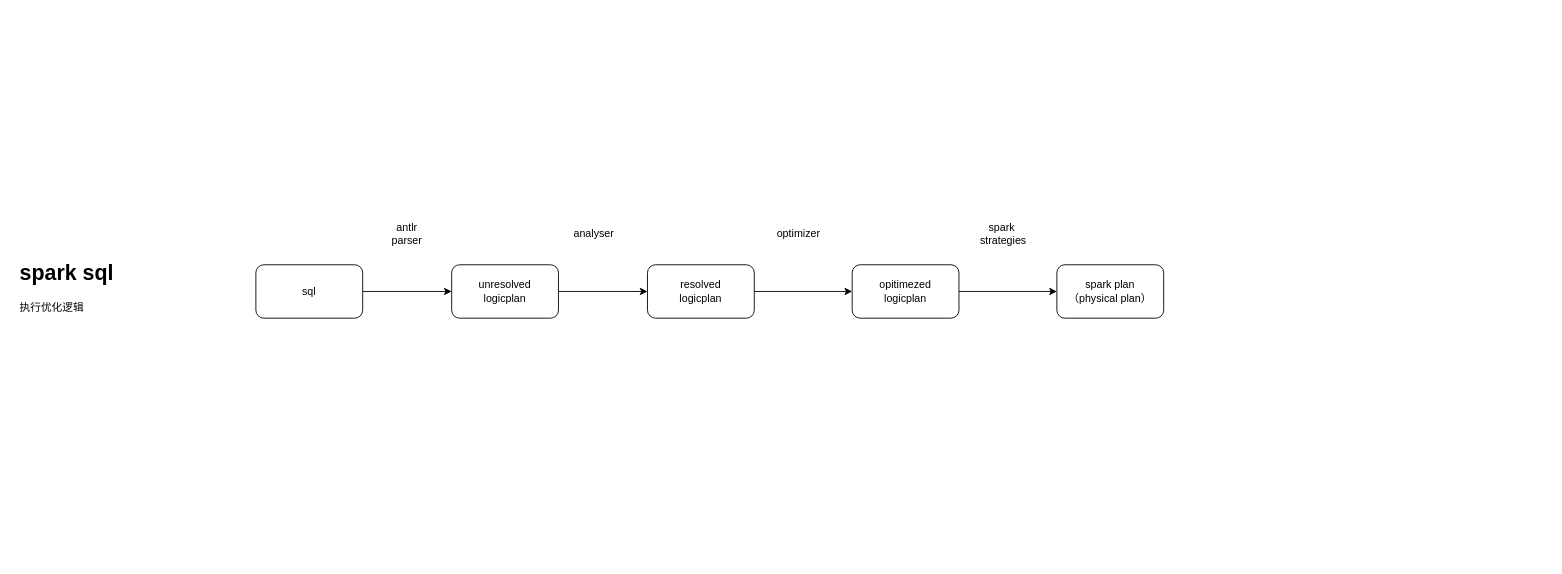
yuhuali1989/ui keeps this draw.io diagram as gluten架构图.drawio. Above is the earlier version. Source tidied: cells renumbered, new cells numbered last; positions are measured from the earlier drawing's top-left corner, leaving out a move shared by most shapes. Both pictures are drawn from the tidied source at 89%, with x=0, y=0 at pixel (15, 220).
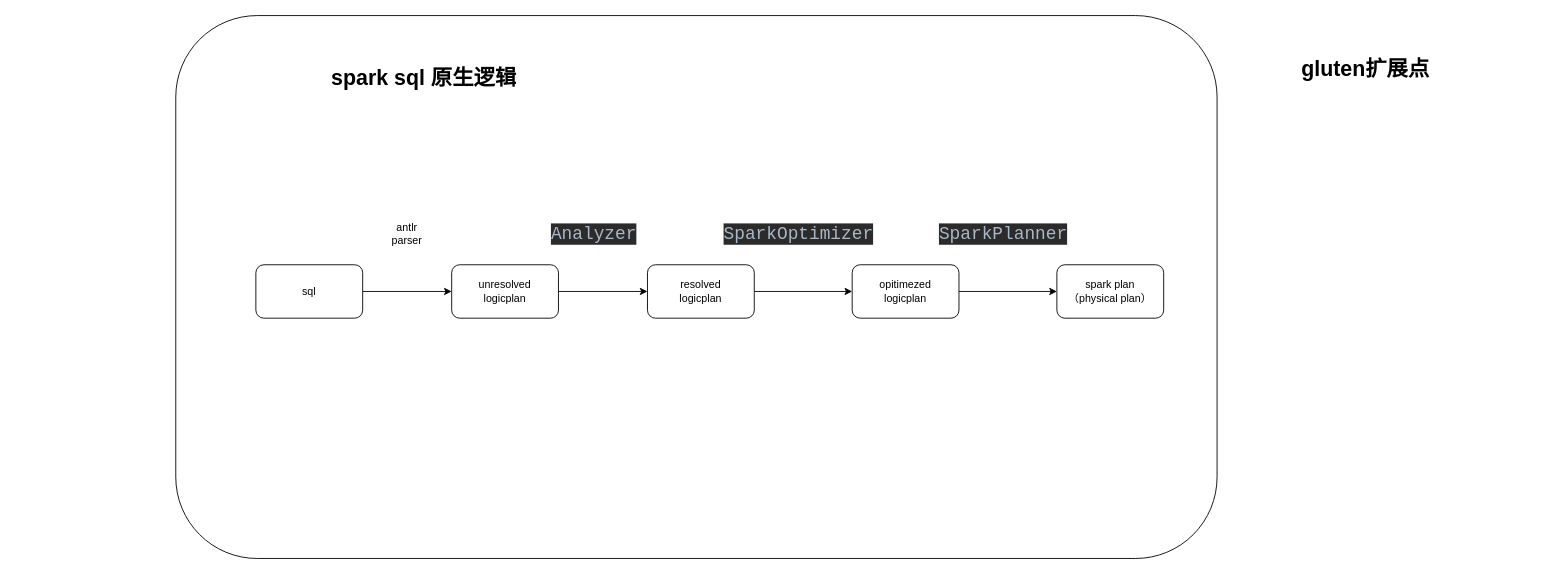
The same page after the edit.

The edit, as a diff of the source:
```diff
@@
 <mxGraphModel>
   <root>
     <mxCell id="0" />
     <mxCell id="1" parent="0" />
+    <mxCell id="16" style="rounded=1;whiteSpace=wrap;html=1;" parent="1" vertex="1">
+      <mxGeometry x="180" y="-230" width="1170" height="610" as="geometry" />
+    </mxCell>
     <mxCell id="2" style="edgeStyle=orthogonalEdgeStyle;rounded=0;jettySize=auto;html=1;entryX=0;entryY=0.5;entryDx=0;entryDy=0;" parent="1" edge="1" source="3" target="6">
       <mxGeometry relative="1" as="geometry" />
     </mxCell>
     <mxCell id="3" value="sql" style="rounded=1;whiteSpace=wrap;html=1;" parent="1" vertex="1">
       <mxGeometry x="270" y="50" width="120" height="60" as="geometry" />
     </mxCell>
-    <mxCell id="4" value="&lt;h1&gt;spark sql&lt;/h1&gt;&lt;p&gt;执行优化逻辑&lt;/p&gt;" style="text;html=1;strokeColor=none;fillColor=none;spacing=5;spacingTop=-20;whiteSpace=wrap;overflow=hidden;rounded=0;" parent="1" vertex="1">
-      <mxGeometry y="40" width="190" height="80" as="geometry" />
+    <mxCell id="4" value="&lt;h1&gt;spark sql 原生逻辑&lt;/h1&gt;" style="text;html=1;strokeColor=none;fillColor=none;spacing=5;spacingTop=-20;whiteSpace=wrap;overflow=hidden;rounded=0;" parent="1" vertex="1">
+      <mxGeometry x="350" y="-180" width="280" height="80" as="geometry" />
     </mxCell>
     <mxCell id="5" style="edgeStyle=orthogonalEdgeStyle;rounded=0;jettySize=auto;html=1;entryX=0;entryY=0.5;entryDx=0;entryDy=0;" parent="1" edge="1" source="6" target="9">
       <mxGeometry relative="1" as="geometry" />
     </mxCell>
     <mxCell id="6" value="unresolved&lt;br&gt;logicplan" style="rounded=1;whiteSpace=wrap;html=1;" parent="1" vertex="1">
       <mxGeometry x="490" y="50" width="120" height="60" as="geometry" />
     </mxCell>
     <mxCell id="7" value="antlr parser" style="text;html=1;strokeColor=none;fillColor=none;align=center;verticalAlign=middle;whiteSpace=wrap;rounded=0;" parent="1" vertex="1">
       <mxGeometry x="410" width="60" height="30" as="geometry" />
     </mxCell>
     <mxCell id="8" style="edgeStyle=orthogonalEdgeStyle;rounded=0;jettySize=auto;html=1;" parent="1" edge="1" source="9" target="12">
       <mxGeometry relative="1" as="geometry" />
     </mxCell>
     <mxCell id="9" value="resolved&lt;br&gt;logicplan" style="rounded=1;whiteSpace=wrap;html=1;" parent="1" vertex="1">
       <mxGeometry x="710" y="50" width="120" height="60" as="geometry" />
     </mxCell>
-    <mxCell id="10" value="analyser" style="text;html=1;strokeColor=none;fillColor=none;align=center;verticalAlign=middle;whiteSpace=wrap;rounded=0;" parent="1" vertex="1">
+    <mxCell id="10" value="&lt;div style=&quot;background-color:#2b2b2b;color:#a9b7c6;font-family:'Chalkboard';font-size:15.0pt;&quot;&gt;&lt;pre&gt;Analyzer&lt;/pre&gt;&lt;/div&gt;" style="text;html=1;strokeColor=none;fillColor=none;align=center;verticalAlign=middle;whiteSpace=wrap;rounded=0;" parent="1" vertex="1">
       <mxGeometry x="620" width="60" height="30" as="geometry" />
     </mxCell>
     <mxCell id="11" style="edgeStyle=orthogonalEdgeStyle;rounded=0;jettySize=auto;html=1;" parent="1" edge="1" source="12" target="14">
       <mxGeometry relative="1" as="geometry" />
     </mxCell>
     <mxCell id="12" value="opitimezed &lt;br&gt;logicplan" style="rounded=1;whiteSpace=wrap;html=1;" parent="1" vertex="1">
       <mxGeometry x="940" y="50" width="120" height="60" as="geometry" />
     </mxCell>
-    <mxCell id="13" value="optimizer" style="text;html=1;strokeColor=none;fillColor=none;align=center;verticalAlign=middle;whiteSpace=wrap;rounded=0;" parent="1" vertex="1">
+    <mxCell id="13" value="&lt;div style=&quot;background-color:#2b2b2b;color:#a9b7c6;font-family:'Chalkboard';font-size:15.0pt;&quot;&gt;&lt;pre&gt;SparkOptimizer&lt;/pre&gt;&lt;/div&gt;" style="text;html=1;strokeColor=none;fillColor=none;align=center;verticalAlign=middle;whiteSpace=wrap;rounded=0;" parent="1" vertex="1">
       <mxGeometry x="850" width="60" height="30" as="geometry" />
     </mxCell>
     <mxCell id="14" value="spark plan&lt;br&gt;（physical plan）" style="rounded=1;whiteSpace=wrap;html=1;" parent="1" vertex="1">
       <mxGeometry x="1170" y="50" width="120" height="60" as="geometry" />
     </mxCell>
-    <mxCell id="15" value="spark&amp;nbsp;&lt;br&gt;strategies" style="text;html=1;strokeColor=none;fillColor=none;align=center;verticalAlign=middle;whiteSpace=wrap;rounded=0;" parent="1" vertex="1">
+    <mxCell id="15" value="&lt;div style=&quot;background-color:#2b2b2b;color:#a9b7c6;font-family:'Chalkboard';font-size:15.0pt;&quot;&gt;&lt;pre&gt;SparkPlanner&lt;/pre&gt;&lt;/div&gt;" style="text;html=1;strokeColor=none;fillColor=none;align=center;verticalAlign=middle;whiteSpace=wrap;rounded=0;" parent="1" vertex="1">
       <mxGeometry x="1080" width="60" height="30" as="geometry" />
     </mxCell>
+    <mxCell id="17" value="&lt;h1&gt;gluten扩展点&lt;/h1&gt;" style="text;html=1;strokeColor=none;fillColor=none;spacing=5;spacingTop=-20;whiteSpace=wrap;overflow=hidden;rounded=0;" parent="1" vertex="1">
+      <mxGeometry x="1440" y="-190" width="280" height="80" as="geometry" />
+    </mxCell>
   </root>
 </mxGraphModel>
```
